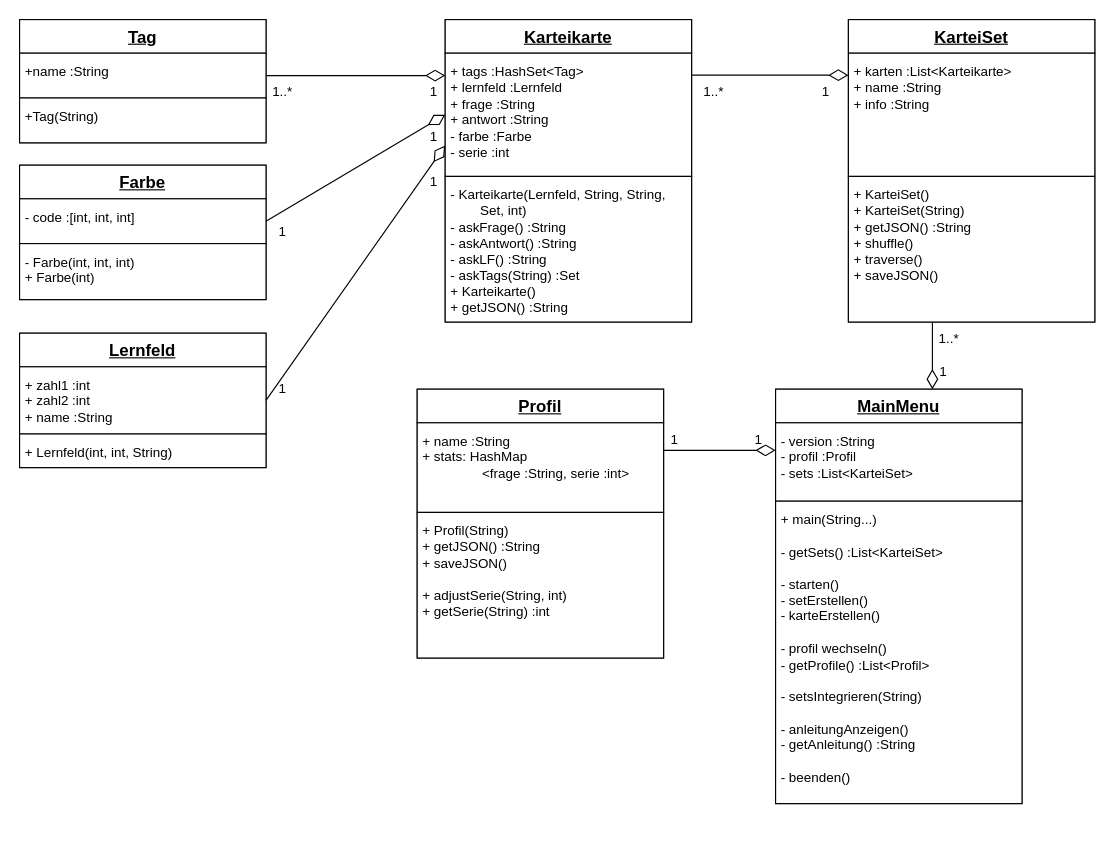
Above: Karteikarten/Planung/UML.drawio in Itisn1tmyname/MaGe_Productions (draw.io), before the change. Source tidied: cells renumbered, new cells numbered last; positions are measured from the earlier drawing's top-left corner, leaving out a move shared by most shapes. Both pictures are drawn from the tidied source at 112%, with x=0, y=0 at pixel (19, 19).
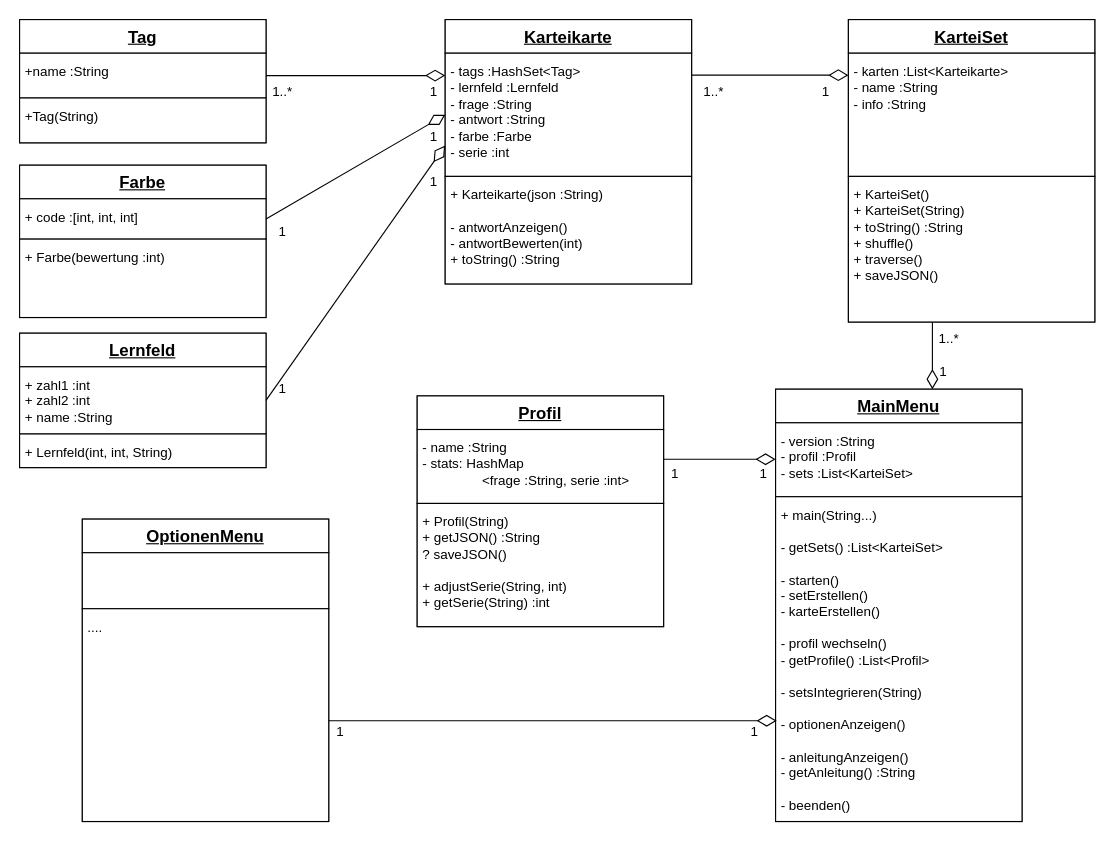
Above is the later version.

Change to the diagram source:
```diff
@@
     <mxCell id="2" style="rounded=0;whiteSpace=wrap;html=1;" parent="1" vertex="1">
-      <mxGeometry x="380" width="220" height="270" as="geometry" />
+      <mxGeometry x="380" width="220" height="236" as="geometry" />
     </mxCell>
@@
-    <mxCell id="4" value="+ tags :HashSet&amp;lt;Tag&amp;gt;&lt;div&gt;+ lernfeld :Lernfeld&lt;br&gt;&lt;div&gt;+ frage :String&lt;/div&gt;&lt;div&gt;+ antwort :String&lt;/div&gt;&lt;div&gt;- farbe :Farbe&lt;/div&gt;&lt;/div&gt;&lt;div&gt;- serie :int&lt;/div&gt;" style="rounded=0;whiteSpace=wrap;html=1;align=left;verticalAlign=top;spacing=5;" parent="1" vertex="1">
+    <mxCell id="4" value="- tags :HashSet&amp;lt;Tag&amp;gt;&lt;div&gt;- lernfeld :Lernfeld&lt;br&gt;&lt;div&gt;- frage :String&lt;/div&gt;&lt;div&gt;- antwort :String&lt;/div&gt;&lt;div&gt;- farbe :Farbe&lt;/div&gt;&lt;/div&gt;&lt;div&gt;- serie :int&lt;/div&gt;" style="rounded=0;whiteSpace=wrap;html=1;align=left;verticalAlign=top;spacing=5;" parent="1" vertex="1">
       <mxGeometry x="380" y="30" width="220" height="110" as="geometry" />
     </mxCell>
-    <mxCell id="5" value="- Karteikarte(&lt;span style=&quot;background-color: transparent; color: light-dark(rgb(0, 0, 0), rgb(255, 255, 255));&quot;&gt;Lernfeld,&amp;nbsp;&lt;/span&gt;&lt;span style=&quot;background-color: transparent; color: light-dark(rgb(0, 0, 0), rgb(255, 255, 255));&quot;&gt;String, String, &lt;span style=&quot;white-space: pre;&quot;&gt;&#9;&lt;/span&gt;Set, int&lt;/span&gt;&lt;span style=&quot;background-color: transparent; color: light-dark(rgb(0, 0, 0), rgb(255, 255, 255));&quot;&gt;)&lt;/span&gt;&lt;div&gt;&lt;div&gt;&lt;span style=&quot;background-color: transparent; color: light-dark(rgb(0, 0, 0), rgb(255, 255, 255));&quot;&gt;- askFrage() :String&lt;/span&gt;&lt;/div&gt;&lt;div&gt;&lt;span style=&quot;background-color: transparent; color: light-dark(rgb(0, 0, 0), rgb(255, 255, 255));&quot;&gt;- askAntwort() :String&lt;/span&gt;&lt;/div&gt;&lt;div&gt;&lt;span style=&quot;background-color: transparent; color: light-dark(rgb(0, 0, 0), rgb(255, 255, 255));&quot;&gt;- askLF() :String&lt;/span&gt;&lt;/div&gt;&lt;div&gt;&lt;span style=&quot;background-color: transparent; color: light-dark(rgb(0, 0, 0), rgb(255, 255, 255));&quot;&gt;- askTags(String) :Set&lt;/span&gt;&lt;/div&gt;&lt;div&gt;&lt;span style=&quot;background-color: transparent; color: light-dark(rgb(0, 0, 0), rgb(255, 255, 255));&quot;&gt;+ Karteikarte()&lt;/span&gt;&lt;/div&gt;&lt;div&gt;&lt;span style=&quot;background-color: transparent; color: light-dark(rgb(0, 0, 0), rgb(255, 255, 255));&quot;&gt;+ getJSON() :String&lt;/span&gt;&lt;/div&gt;&lt;/div&gt;" style="rounded=0;whiteSpace=wrap;html=1;strokeColor=default;align=left;verticalAlign=top;spacing=5;fontFamily=Helvetica;fontSize=12;fontColor=default;fillColor=default;" parent="1" vertex="1">
-      <mxGeometry x="380" y="140" width="220" height="130" as="geometry" />
+    <mxCell id="5" value="&lt;div&gt;&lt;div&gt;&lt;span style=&quot;background-color: transparent; color: light-dark(rgb(0, 0, 0), rgb(255, 255, 255));&quot;&gt;+ Karteikarte(json :String)&lt;/span&gt;&lt;/div&gt;&lt;div&gt;&lt;span style=&quot;background-color: transparent; color: light-dark(rgb(0, 0, 0), rgb(255, 255, 255));&quot;&gt;&lt;br&gt;&lt;/span&gt;&lt;/div&gt;&lt;div&gt;&lt;span style=&quot;background-color: transparent; color: light-dark(rgb(0, 0, 0), rgb(255, 255, 255));&quot;&gt;- antwortAnzeigen()&lt;/span&gt;&lt;/div&gt;&lt;div&gt;&lt;span style=&quot;background-color: transparent; color: light-dark(rgb(0, 0, 0), rgb(255, 255, 255));&quot;&gt;- antwortBewerten(int)&lt;/span&gt;&lt;/div&gt;&lt;div&gt;&lt;span style=&quot;background-color: transparent; color: light-dark(rgb(0, 0, 0), rgb(255, 255, 255));&quot;&gt;+ toString() :String&lt;/span&gt;&lt;/div&gt;&lt;/div&gt;" style="rounded=0;whiteSpace=wrap;html=1;strokeColor=default;align=left;verticalAlign=top;spacing=5;fontFamily=Helvetica;fontSize=12;fontColor=default;fillColor=default;" parent="1" vertex="1">
+      <mxGeometry x="380" y="140" width="220" height="96" as="geometry" />
     </mxCell>
@@
     <mxCell id="13" style="rounded=0;whiteSpace=wrap;html=1;" parent="1" vertex="1">
-      <mxGeometry y="130" width="220" height="120" as="geometry" />
+      <mxGeometry y="130" width="220" height="136" as="geometry" />
     </mxCell>
@@
-    <mxCell id="15" value="- code :[int, int, int]" style="rounded=0;whiteSpace=wrap;html=1;align=left;verticalAlign=top;spacing=5;" parent="1" vertex="1">
-      <mxGeometry y="160" width="220" height="40" as="geometry" />
+    <mxCell id="15" value="+ code :[int, int, int]" style="rounded=0;whiteSpace=wrap;html=1;align=left;verticalAlign=top;spacing=5;" parent="1" vertex="1">
+      <mxGeometry y="160" width="220" height="36" as="geometry" />
     </mxCell>
-    <mxCell id="16" value="- Farbe(int, int, int)&lt;div&gt;+ Farbe(int)&lt;/div&gt;" style="rounded=0;whiteSpace=wrap;html=1;strokeColor=default;align=left;verticalAlign=top;spacing=5;fontFamily=Helvetica;fontSize=12;fontColor=default;fillColor=default;" parent="1" vertex="1">
-      <mxGeometry y="200" width="220" height="50" as="geometry" />
+    <mxCell id="16" value="&lt;div&gt;+ Farbe(bewertung :int)&lt;/div&gt;" style="rounded=0;whiteSpace=wrap;html=1;strokeColor=default;align=left;verticalAlign=top;spacing=5;fontFamily=Helvetica;fontSize=12;fontColor=default;fillColor=default;" parent="1" vertex="1">
+      <mxGeometry y="196" width="220" height="70" as="geometry" />
     </mxCell>
@@
-    <mxCell id="22" value="+ karten :List&amp;lt;Karteikarte&amp;gt;&lt;div&gt;+ name :String&lt;/div&gt;&lt;div&gt;+ info :String&lt;/div&gt;" style="rounded=0;whiteSpace=wrap;html=1;align=left;verticalAlign=top;spacing=5;" parent="1" vertex="1">
+    <mxCell id="22" value="- karten :List&amp;lt;Karteikarte&amp;gt;&lt;div&gt;- name :String&lt;/div&gt;&lt;div&gt;- info :String&lt;/div&gt;" style="rounded=0;whiteSpace=wrap;html=1;align=left;verticalAlign=top;spacing=5;" parent="1" vertex="1">
       <mxGeometry x="740" y="30" width="220" height="110" as="geometry" />
     </mxCell>
-    <mxCell id="23" value="+ KarteiSet()&lt;div&gt;+ KarteiSet(String)&lt;/div&gt;&lt;div&gt;+ getJSON() :String&lt;/div&gt;&lt;div&gt;+ shuffle()&lt;/div&gt;&lt;div&gt;+ traverse()&lt;/div&gt;&lt;div&gt;+ saveJSON()&lt;/div&gt;" style="rounded=0;whiteSpace=wrap;html=1;strokeColor=default;align=left;verticalAlign=top;spacing=5;fontFamily=Helvetica;fontSize=12;fontColor=default;fillColor=default;" parent="1" vertex="1">
+    <mxCell id="23" value="+ KarteiSet()&lt;div&gt;+ KarteiSet(String)&lt;/div&gt;&lt;div&gt;+ toString() :String&lt;/div&gt;&lt;div&gt;+ shuffle()&lt;/div&gt;&lt;div&gt;+ traverse()&lt;/div&gt;&lt;div&gt;+ saveJSON()&lt;/div&gt;" style="rounded=0;whiteSpace=wrap;html=1;strokeColor=default;align=left;verticalAlign=top;spacing=5;fontFamily=Helvetica;fontSize=12;fontColor=default;fillColor=default;" parent="1" vertex="1">
       <mxGeometry x="740" y="140" width="220" height="130" as="geometry" />
     </mxCell>
@@
     <mxCell id="27" style="rounded=0;whiteSpace=wrap;html=1;" parent="1" vertex="1">
-      <mxGeometry x="355" y="330" width="220" height="240" as="geometry" />
+      <mxGeometry x="355" y="336" width="220" height="206" as="geometry" />
     </mxCell>
     <mxCell id="28" value="&lt;font style=&quot;font-size: 15px;&quot;&gt;&lt;b&gt;&lt;u&gt;Profil&lt;/u&gt;&lt;/b&gt;&lt;/font&gt;" style="rounded=0;whiteSpace=wrap;html=1;" parent="1" vertex="1">
-      <mxGeometry x="355" y="330" width="220" height="30" as="geometry" />
+      <mxGeometry x="355" y="336" width="220" height="30" as="geometry" />
     </mxCell>
-    <mxCell id="29" value="+ name :String&lt;div&gt;+ stats: HashMap&lt;br&gt;&lt;span style=&quot;white-space: pre;&quot;&gt;&#9;&lt;span style=&quot;white-space: pre;&quot;&gt;&#9;&lt;/span&gt;&lt;/span&gt;&amp;lt;frage :String, serie :int&amp;gt;&lt;/div&gt;" style="rounded=0;whiteSpace=wrap;html=1;align=left;verticalAlign=top;spacing=5;" parent="1" vertex="1">
-      <mxGeometry x="355" y="360" width="220" height="80" as="geometry" />
+    <mxCell id="29" value="- name :String&lt;div&gt;- stats: HashMap&lt;br&gt;&lt;span style=&quot;white-space: pre;&quot;&gt;&#9;&lt;span style=&quot;white-space: pre;&quot;&gt;&#9;&lt;/span&gt;&lt;/span&gt;&amp;lt;frage :String, serie :int&amp;gt;&lt;/div&gt;" style="rounded=0;whiteSpace=wrap;html=1;align=left;verticalAlign=top;spacing=5;" parent="1" vertex="1">
+      <mxGeometry x="355" y="366" width="220" height="66" as="geometry" />
     </mxCell>
-    <mxCell id="30" value="+ Profil(String)&lt;div&gt;+ getJSON() :String&lt;/div&gt;&lt;div&gt;+ saveJSON()&lt;/div&gt;&lt;div&gt;&lt;br&gt;&lt;/div&gt;&lt;div&gt;+ adjustSerie(String, int)&lt;/div&gt;&lt;div&gt;+ getSerie(String) :int&lt;/div&gt;" style="rounded=0;whiteSpace=wrap;html=1;strokeColor=default;align=left;verticalAlign=top;spacing=5;fontFamily=Helvetica;fontSize=12;fontColor=default;fillColor=default;" parent="1" vertex="1">
-      <mxGeometry x="355" y="440" width="220" height="130" as="geometry" />
+    <mxCell id="30" value="+ Profil(String)&lt;div&gt;+ getJSON() :String&lt;/div&gt;&lt;div&gt;? saveJSON()&lt;/div&gt;&lt;div&gt;&lt;br&gt;&lt;/div&gt;&lt;div&gt;+ adjustSerie(String, int)&lt;/div&gt;&lt;div&gt;+ getSerie(String) :int&lt;/div&gt;" style="rounded=0;whiteSpace=wrap;html=1;strokeColor=default;align=left;verticalAlign=top;spacing=5;fontFamily=Helvetica;fontSize=12;fontColor=default;fillColor=default;" parent="1" vertex="1">
+      <mxGeometry x="355" y="432" width="220" height="110" as="geometry" />
     </mxCell>
     <mxCell id="31" style="rounded=0;whiteSpace=wrap;html=1;" parent="1" vertex="1">
-      <mxGeometry x="675" y="330" width="220" height="370" as="geometry" />
+      <mxGeometry x="675" y="330" width="220" height="386" as="geometry" />
     </mxCell>
@@
     <mxCell id="33" value="&lt;div&gt;- version :String&lt;/div&gt;&lt;div&gt;&lt;span style=&quot;background-color: transparent; color: light-dark(rgb(0, 0, 0), rgb(255, 255, 255));&quot;&gt;- profil :Profil&lt;/span&gt;&lt;/div&gt;&lt;div&gt;- sets :List&amp;lt;KarteiSet&amp;gt;&lt;/div&gt;" style="rounded=0;whiteSpace=wrap;html=1;align=left;verticalAlign=top;spacing=5;" parent="1" vertex="1">
-      <mxGeometry x="675" y="360" width="220" height="70" as="geometry" />
+      <mxGeometry x="675" y="360" width="220" height="66" as="geometry" />
     </mxCell>
-    <mxCell id="34" value="+ main(String...)&lt;div&gt;&lt;br&gt;&lt;/div&gt;&lt;div&gt;&lt;div&gt;- getSets() :List&amp;lt;KarteiSet&amp;gt;&lt;/div&gt;&lt;div&gt;&lt;br&gt;&lt;/div&gt;&lt;div&gt;- starten()&lt;br&gt;&lt;div&gt;&lt;span style=&quot;background-color: transparent; color: light-dark(rgb(0, 0, 0), rgb(255, 255, 255));&quot;&gt;- setErstellen()&lt;/span&gt;&lt;/div&gt;&lt;/div&gt;&lt;/div&gt;&lt;div&gt;- karteErstellen()&lt;/div&gt;&lt;div&gt;&lt;br&gt;&lt;/div&gt;- profil wechseln()&lt;br&gt;&lt;div&gt;&lt;span style=&quot;background-color: transparent; color: light-dark(rgb(0, 0, 0), rgb(255, 255, 255));&quot;&gt;- getProfile() :List&amp;lt;Profil&amp;gt;&lt;/span&gt;&lt;/div&gt;&lt;div&gt;&lt;span style=&quot;background-color: transparent; color: light-dark(rgb(0, 0, 0), rgb(255, 255, 255));&quot;&gt;&lt;br&gt;&lt;/span&gt;&lt;/div&gt;&lt;div&gt;&lt;span style=&quot;background-color: transparent; color: light-dark(rgb(0, 0, 0), rgb(255, 255, 255));&quot;&gt;- setsIntegrieren(String)&lt;/span&gt;&lt;/div&gt;&lt;div&gt;&lt;span style=&quot;background-color: transparent; color: light-dark(rgb(0, 0, 0), rgb(255, 255, 255));&quot;&gt;&lt;br&gt;&lt;/span&gt;&lt;/div&gt;&lt;div&gt;&lt;span style=&quot;background-color: transparent; color: light-dark(rgb(0, 0, 0), rgb(255, 255, 255));&quot;&gt;- anleitungAnzeigen()&lt;/span&gt;&lt;/div&gt;&lt;div&gt;&lt;span style=&quot;background-color: transparent; color: light-dark(rgb(0, 0, 0), rgb(255, 255, 255));&quot;&gt;- getAnleitung() :String&lt;/span&gt;&lt;/div&gt;&lt;div&gt;&lt;span style=&quot;background-color: transparent; color: light-dark(rgb(0, 0, 0), rgb(255, 255, 255));&quot;&gt;&lt;br&gt;&lt;/span&gt;&lt;/div&gt;&lt;div&gt;&lt;span style=&quot;background-color: transparent; color: light-dark(rgb(0, 0, 0), rgb(255, 255, 255));&quot;&gt;- beenden()&lt;/span&gt;&lt;/div&gt;" style="rounded=0;whiteSpace=wrap;html=1;strokeColor=default;align=left;verticalAlign=top;spacing=5;fontFamily=Helvetica;fontSize=12;fontColor=default;fillColor=default;" parent="1" vertex="1">
-      <mxGeometry x="675" y="430" width="220" height="270" as="geometry" />
+    <mxCell id="34" value="+ main(String...)&lt;div&gt;&lt;br&gt;&lt;/div&gt;&lt;div&gt;&lt;div&gt;- getSets() :List&amp;lt;KarteiSet&amp;gt;&lt;/div&gt;&lt;div&gt;&lt;br&gt;&lt;/div&gt;&lt;div&gt;- starten()&lt;br&gt;&lt;div&gt;&lt;span style=&quot;background-color: transparent; color: light-dark(rgb(0, 0, 0), rgb(255, 255, 255));&quot;&gt;- setErstellen()&lt;/span&gt;&lt;/div&gt;&lt;/div&gt;&lt;/div&gt;&lt;div&gt;- karteErstellen()&lt;/div&gt;&lt;div&gt;&lt;br&gt;&lt;/div&gt;- profil wechseln()&lt;br&gt;&lt;div&gt;&lt;span style=&quot;background-color: transparent; color: light-dark(rgb(0, 0, 0), rgb(255, 255, 255));&quot;&gt;- getProfile() :List&amp;lt;Profil&amp;gt;&lt;/span&gt;&lt;/div&gt;&lt;div&gt;&lt;span style=&quot;background-color: transparent; color: light-dark(rgb(0, 0, 0), rgb(255, 255, 255));&quot;&gt;&lt;br&gt;&lt;/span&gt;&lt;/div&gt;&lt;div&gt;&lt;span style=&quot;background-color: transparent; color: light-dark(rgb(0, 0, 0), rgb(255, 255, 255));&quot;&gt;- setsIntegrieren(String)&lt;/span&gt;&lt;/div&gt;&lt;div&gt;&lt;span style=&quot;background-color: transparent; color: light-dark(rgb(0, 0, 0), rgb(255, 255, 255));&quot;&gt;&lt;br&gt;&lt;/span&gt;&lt;/div&gt;&lt;div&gt;&lt;span style=&quot;background-color: transparent; color: light-dark(rgb(0, 0, 0), rgb(255, 255, 255));&quot;&gt;- optionenAnzeigen()&lt;/span&gt;&lt;/div&gt;&lt;div&gt;&lt;span style=&quot;background-color: transparent; color: light-dark(rgb(0, 0, 0), rgb(255, 255, 255));&quot;&gt;&lt;br&gt;&lt;/span&gt;&lt;/div&gt;&lt;div&gt;&lt;span style=&quot;background-color: transparent; color: light-dark(rgb(0, 0, 0), rgb(255, 255, 255));&quot;&gt;- anleitungAnzeigen()&lt;/span&gt;&lt;/div&gt;&lt;div&gt;&lt;span style=&quot;background-color: transparent; color: light-dark(rgb(0, 0, 0), rgb(255, 255, 255));&quot;&gt;- getAnleitung() :String&lt;/span&gt;&lt;/div&gt;&lt;div&gt;&lt;span style=&quot;background-color: transparent; color: light-dark(rgb(0, 0, 0), rgb(255, 255, 255));&quot;&gt;&lt;br&gt;&lt;/span&gt;&lt;/div&gt;&lt;div&gt;&lt;span style=&quot;background-color: transparent; color: light-dark(rgb(0, 0, 0), rgb(255, 255, 255));&quot;&gt;- beenden()&lt;/span&gt;&lt;/div&gt;" style="rounded=0;whiteSpace=wrap;html=1;strokeColor=default;align=left;verticalAlign=top;spacing=5;fontFamily=Helvetica;fontSize=12;fontColor=default;fillColor=default;" parent="1" vertex="1">
+      <mxGeometry x="675" y="426" width="220" height="290" as="geometry" />
     </mxCell>
@@
     <mxCell id="42" style="endArrow=diamondThin;html=1;rounded=0;endFill=0;endSize=15;" parent="1" edge="1">
       <mxGeometry relative="1" as="geometry">
-        <mxPoint x="575" y="384.6" as="sourcePoint" />
-        <mxPoint x="675" y="384.6" as="targetPoint" />
+        <mxPoint x="575" y="392.5" as="sourcePoint" />
+        <mxPoint x="675" y="392.5" as="targetPoint" />
       </mxGeometry>
     </mxCell>
@@
-    <mxCell id="44" value="1" style="text;html=1;whiteSpace=wrap;strokeColor=none;fillColor=none;align=center;verticalAlign=middle;rounded=0;" parent="1" vertex="1">
-      <mxGeometry x="630" y="360" width="60" height="30" as="geometry" />
-    </mxCell>
     <mxCell id="45" value="1" style="text;html=1;whiteSpace=wrap;strokeColor=none;fillColor=none;align=center;verticalAlign=middle;rounded=0;" parent="1" vertex="1">
-      <mxGeometry x="555" y="360" width="60" height="30" as="geometry" />
+      <mxGeometry x="575" y="396" width="21" height="20" as="geometry" />
     </mxCell>
@@
+    <mxCell id="48" style="rounded=0;whiteSpace=wrap;html=1;" parent="1" vertex="1">
+      <mxGeometry x="56" y="446" width="220" height="270" as="geometry" />
+    </mxCell>
+    <mxCell id="49" value="&lt;font style=&quot;font-size: 15px;&quot;&gt;&lt;b&gt;&lt;u&gt;OptionenMenu&lt;/u&gt;&lt;/b&gt;&lt;/font&gt;" style="rounded=0;whiteSpace=wrap;html=1;" parent="1" vertex="1">
+      <mxGeometry x="56" y="446" width="220" height="30" as="geometry" />
+    </mxCell>
+    <mxCell id="50" style="rounded=0;whiteSpace=wrap;html=1;align=left;verticalAlign=top;spacing=5;" parent="1" vertex="1">
+      <mxGeometry x="56" y="476" width="220" height="50" as="geometry" />
+    </mxCell>
+    <mxCell id="51" value="...." style="rounded=0;whiteSpace=wrap;html=1;strokeColor=default;align=left;verticalAlign=top;spacing=5;fontFamily=Helvetica;fontSize=12;fontColor=default;fillColor=default;" parent="1" vertex="1">
+      <mxGeometry x="56" y="526" width="220" height="190" as="geometry" />
+    </mxCell>
+    <mxCell id="52" style="endArrow=diamondThin;html=1;rounded=0;endFill=0;endSize=15;" parent="1" edge="1">
+      <mxGeometry relative="1" as="geometry">
+        <mxPoint x="276" y="626" as="sourcePoint" />
+        <mxPoint x="676" y="626" as="targetPoint" />
+      </mxGeometry>
+    </mxCell>
+    <mxCell id="53" value="1" style="text;html=1;whiteSpace=wrap;strokeColor=none;fillColor=none;align=center;verticalAlign=middle;rounded=0;" parent="1" vertex="1">
+      <mxGeometry x="654" y="396" width="21" height="20" as="geometry" />
+    </mxCell>
+    <mxCell id="54" value="1" style="text;html=1;whiteSpace=wrap;strokeColor=none;fillColor=none;align=center;verticalAlign=middle;rounded=0;" parent="1" vertex="1">
+      <mxGeometry x="276" y="626" width="21" height="20" as="geometry" />
+    </mxCell>
+    <mxCell id="55" value="1" style="text;html=1;whiteSpace=wrap;strokeColor=none;fillColor=none;align=center;verticalAlign=middle;rounded=0;" parent="1" vertex="1">
+      <mxGeometry x="646" y="626" width="21" height="20" as="geometry" />
+    </mxCell>
```
